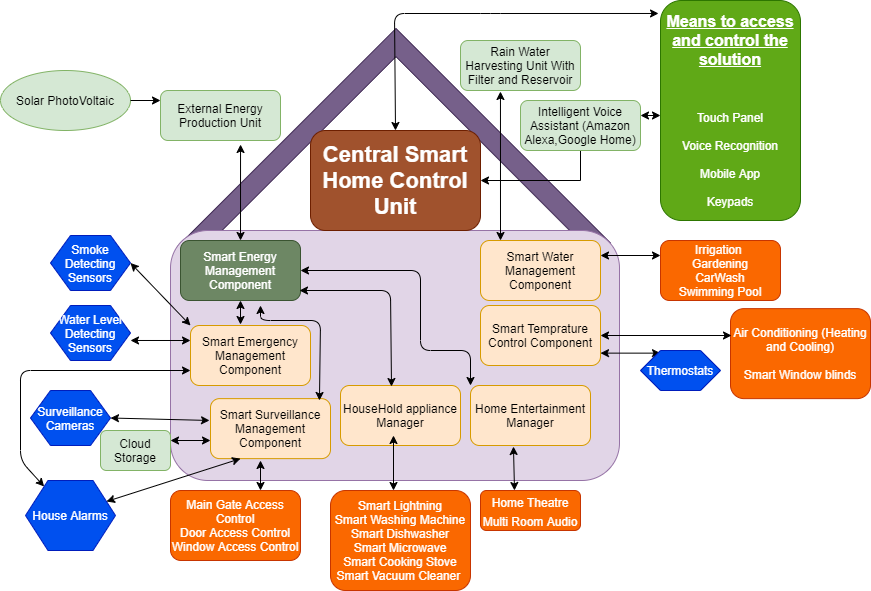
The draw.io diagram Architecture/Block Diagram.png in sakibshuvo/SOEN-6481-SRS, before a commit. Source tidied: cells renumbered, new cells last; positions are measured from the earlier drawing's top-left corner, leaving out a move shared by most shapes.
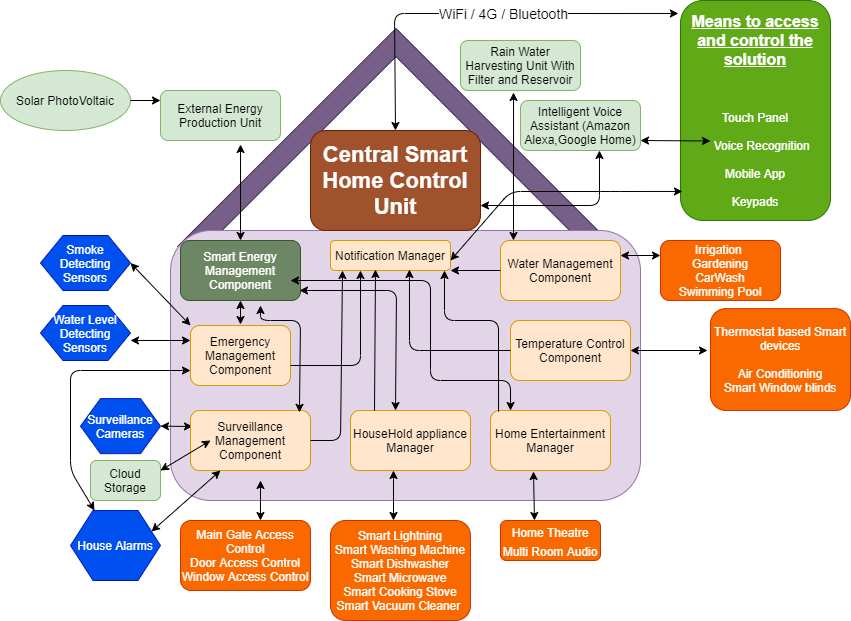
The same file after the commit.

Commit message:
Updated Architecture Diagram and incorporated review comments for Vision Document.

Change to the diagram source:
```diff
@@ -6,16 +6,16 @@
       <mxGeometry x="242" y="90" width="303.4" height="308.1" as="geometry" />
     </mxCell>
     <mxCell id="3" style="rounded=1;whiteSpace=wrap;html=1;fillColor=#e1d5e7;strokeColor=#9673a6;" parent="1" vertex="1">
-      <mxGeometry x="170" y="230" width="449" height="250" as="geometry" />
+      <mxGeometry x="170" y="230" width="470" height="270" as="geometry" />
     </mxCell>
     <mxCell id="4" value="Home Entertainment Manager" style="rounded=1;whiteSpace=wrap;html=1;fillColor=#ffe6cc;strokeColor=#d79b00;" parent="1" vertex="1">
-      <mxGeometry x="470" y="385" width="120" height="60" as="geometry" />
+      <mxGeometry x="490" y="410" width="120" height="60" as="geometry" />
     </mxCell>
     <mxCell id="5" value="Smart Energy Management Component" style="rounded=1;whiteSpace=wrap;html=1;fillColor=#6d8764;strokeColor=#3A5431;fontColor=#ffffff;" parent="1" vertex="1">
       <mxGeometry x="180" y="240" width="120" height="60" as="geometry" />
     </mxCell>
     <mxCell id="6" value="HouseHold appliance Manager" style="rounded=1;whiteSpace=wrap;html=1;fillColor=#ffe6cc;strokeColor=#d79b00;" parent="1" vertex="1">
-      <mxGeometry x="340" y="385" width="120" height="60" as="geometry" />
+      <mxGeometry x="350" y="410" width="120" height="60" as="geometry" />
     </mxCell>
     <mxCell id="7" value="External Energy Production Unit" style="rounded=1;whiteSpace=wrap;html=1;fillColor=#d5e8d4;strokeColor=#82b366;" parent="1" vertex="1">
       <mxGeometry x="160" y="90" width="120" height="50" as="geometry" />
@@ -24,7 +24,7 @@
       <mxGeometry y="70" width="130" height="60" as="geometry" />
     </mxCell>
     <mxCell id="9" value="Cloud Storage" style="rounded=1;whiteSpace=wrap;html=1;fillColor=#d5e8d4;strokeColor=#82b366;" parent="1" vertex="1">
-      <mxGeometry x="100" y="430" width="70" height="40" as="geometry" />
+      <mxGeometry x="90" y="460" width="70" height="40" as="geometry" />
     </mxCell>
     <mxCell id="10" value="Rain Water Harvesting Unit With Filter and Reservoir" style="rounded=1;whiteSpace=wrap;html=1;fillColor=#d5e8d4;strokeColor=#82b366;" parent="1" vertex="1">
       <mxGeometry x="460" y="40" width="120" height="50" as="geometry" />
@@ -38,20 +38,22 @@
     <mxCell id="13" style="endArrow=classic;startArrow=classic;html=1;entryX=1;entryY=0.5;entryDx=0;entryDy=0;exitX=0;exitY=0;exitDx=0;exitDy=0;" parent="1" edge="1" source="43" target="16">
       <mxGeometry relative="1" as="geometry" />
     </mxCell>
-    <mxCell id="14" style="endArrow=classic;startArrow=classic;html=1;entryX=1;entryY=0.5;entryDx=0;entryDy=0;exitX=-0.008;exitY=0.364;exitDx=0;exitDy=0;exitPerimeter=0;" parent="1" edge="1" source="42" target="15">
-      <mxGeometry relative="1" as="geometry" />
+    <mxCell id="14" style="endArrow=classic;startArrow=classic;html=1;entryX=1;entryY=0.5;entryDx=0;entryDy=0;" parent="1" edge="1" target="15">
+      <mxGeometry relative="1" as="geometry">
+        <mxPoint x="192" y="426" as="sourcePoint" />
+      </mxGeometry>
     </mxCell>
     <mxCell id="15" value="Surveillance Cameras" style="shape=hexagon;perimeter=hexagonPerimeter2;whiteSpace=wrap;html=1;fillColor=#0050ef;strokeColor=#001DBC;fontColor=#ffffff;" parent="1" vertex="1">
-      <mxGeometry x="30" y="390" width="80" height="55" as="geometry" />
+      <mxGeometry x="80" y="398.1" width="80" height="55" as="geometry" />
     </mxCell>
     <mxCell id="16" value="Smoke Detecting Sensors" style="shape=hexagon;perimeter=hexagonPerimeter2;whiteSpace=wrap;html=1;fillColor=#0050ef;strokeColor=#001DBC;fontColor=#ffffff;" parent="1" vertex="1">
-      <mxGeometry x="50" y="235" width="80" height="55" as="geometry" />
+      <mxGeometry x="40" y="235" width="90" height="55" as="geometry" />
     </mxCell>
     <mxCell id="17" value="Water Level Detecting Sensors" style="shape=hexagon;perimeter=hexagonPerimeter2;whiteSpace=wrap;html=1;fillColor=#0050ef;strokeColor=#001DBC;fontColor=#ffffff;" parent="1" vertex="1">
-      <mxGeometry x="50" y="305" width="80" height="55" as="geometry" />
+      <mxGeometry x="40" y="305" width="90" height="55" as="geometry" />
     </mxCell>
-    <mxCell id="18" value="&lt;u&gt;&lt;b&gt;&lt;font style=&quot;font-size: 16px&quot;&gt;Means to access and control the solution&lt;/font&gt;&lt;/b&gt;&lt;/u&gt;&lt;br&gt;&lt;br&gt;&lt;br&gt;&lt;br&gt;Touch Panel&lt;br&gt;&lt;br&gt;Voice Recognition&lt;br&gt;&lt;br&gt;Mobile App&lt;br&gt;&lt;br&gt;Keypads" style="rounded=1;whiteSpace=wrap;html=1;fillColor=#60a917;strokeColor=#2D7600;fontColor=#ffffff;" parent="1" vertex="1">
-      <mxGeometry x="660" width="140" height="220" as="geometry" />
+    <mxCell id="18" value="&lt;u&gt;&lt;b&gt;&lt;font style=&quot;font-size: 16px&quot;&gt;Means to access and control the solution&lt;/font&gt;&lt;/b&gt;&lt;/u&gt;&lt;br&gt;&lt;br&gt;&lt;br&gt;&lt;br&gt;Touch Panel&lt;br&gt;&lt;br&gt;&amp;nbsp; &amp;nbsp; Voice Recognition&lt;br&gt;&lt;br&gt;Mobile App&lt;br&gt;&lt;br&gt;Keypads" style="rounded=1;whiteSpace=wrap;html=1;fillColor=#60a917;strokeColor=#2D7600;fontColor=#ffffff;" parent="1" vertex="1">
+      <mxGeometry x="680" width="150" height="220" as="geometry" />
     </mxCell>
     <mxCell id="19" style="endArrow=classic;startArrow=classic;html=1;entryX=-0.014;entryY=0.059;entryDx=0;entryDy=0;entryPerimeter=0;exitX=0.5;exitY=0;exitDx=0;exitDy=0;" parent="1" edge="1" source="20" target="18">
       <mxGeometry relative="1" as="geometry">
@@ -61,6 +63,9 @@
         </Array>
       </mxGeometry>
     </mxCell>
+    <mxCell id="50" value="&lt;font style=&quot;font-size: 14px&quot;&gt;WiFi / 4G / &lt;font&gt;Bluetooth&lt;/font&gt;&lt;/font&gt;" style="edgeLabel;html=1;align=center;verticalAlign=middle;" parent="19" vertex="1">
+      <mxGeometry x="0.13" relative="1" as="geometry" />
+    </mxCell>
     <mxCell id="20" value="&lt;b&gt;&lt;font style=&quot;font-size: 22px&quot;&gt;Central Smart Home Control Unit&lt;/font&gt;&lt;/b&gt;" style="rounded=1;whiteSpace=wrap;html=1;fillColor=#a0522d;strokeColor=#6D1F00;fontColor=#ffffff;" parent="1" vertex="1">
       <mxGeometry x="310" y="130" width="170" height="100" as="geometry" />
     </mxCell>
@@ -70,15 +75,15 @@
         <mxPoint x="160" y="100" as="targetPoint" />
       </mxGeometry>
     </mxCell>
-    <mxCell id="22" value="Smart Water Management Component" style="rounded=1;whiteSpace=wrap;html=1;fillColor=#ffe6cc;strokeColor=#d79b00;" parent="1" vertex="1">
-      <mxGeometry x="480" y="240" width="120" height="60" as="geometry" />
+    <mxCell id="22" value="Water Management Component" style="rounded=1;whiteSpace=wrap;html=1;fillColor=#ffe6cc;strokeColor=#d79b00;" parent="1" vertex="1">
+      <mxGeometry x="500" y="240" width="120" height="60" as="geometry" />
     </mxCell>
     <mxCell id="23" value="Irrigation &lt;br&gt;Gardening&lt;br&gt;CarWash&lt;br&gt;Swimming Pool" style="rounded=1;whiteSpace=wrap;html=1;fillColor=#fa6800;strokeColor=#C73500;fontColor=#ffffff;" parent="1" vertex="1">
       <mxGeometry x="660" y="240" width="120" height="60" as="geometry" />
     </mxCell>
-    <mxCell id="24" style="endArrow=classic;startArrow=classic;html=1;entryX=0.333;entryY=1.02;entryDx=0;entryDy=0;entryPerimeter=0;" parent="1" edge="1" target="10">
+    <mxCell id="24" style="endArrow=classic;startArrow=classic;html=1;entryX=0.442;entryY=1.04;entryDx=0;entryDy=0;entryPerimeter=0;" parent="1" edge="1" target="10">
       <mxGeometry relative="1" as="geometry">
-        <mxPoint x="500" y="240" as="sourcePoint" />
+        <mxPoint x="513" y="240" as="sourcePoint" />
       </mxGeometry>
     </mxCell>
     <mxCell id="25" style="endArrow=classic;startArrow=classic;html=1;exitX=0;exitY=0.25;exitDx=0;exitDy=0;entryX=1;entryY=0.25;entryDx=0;entryDy=0;" parent="1" edge="1" source="23" target="22">
@@ -90,86 +95,66 @@
         <mxPoint x="240" y="300" as="targetPoint" />
       </mxGeometry>
     </mxCell>
-    <mxCell id="27" style="endArrow=classic;startArrow=classic;html=1;entryX=1;entryY=0.5;entryDx=0;entryDy=0;exitX=0;exitY=0;exitDx=0;exitDy=0;" parent="1" edge="1" source="4" target="5">
+    <mxCell id="27" style="endArrow=classic;startArrow=classic;html=1;exitX=0.167;exitY=0;exitDx=0;exitDy=0;exitPerimeter=0;" parent="1" edge="1" source="4">
       <mxGeometry relative="1" as="geometry">
+        <mxPoint x="290" y="280" as="targetPoint" />
         <Array as="points">
-          <mxPoint x="470" y="350" />
-          <mxPoint x="420" y="350" />
-          <mxPoint x="420" y="270" />
+          <mxPoint x="510" y="380" />
+          <mxPoint x="430" y="380" />
+          <mxPoint x="430" y="280" />
         </Array>
       </mxGeometry>
     </mxCell>
-    <mxCell id="28" style="endArrow=classic;startArrow=classic;html=1;exitX=0.425;exitY=0.017;exitDx=0;exitDy=0;exitPerimeter=0;" parent="1" edge="1" source="6">
+    <mxCell id="28" style="endArrow=classic;startArrow=classic;html=1;exitX=0.375;exitY=0;exitDx=0;exitDy=0;exitPerimeter=0;" parent="1" edge="1" source="6">
       <mxGeometry relative="1" as="geometry">
         <mxPoint x="299" y="290" as="targetPoint" />
         <Array as="points">
-          <mxPoint x="390" y="290" />
+          <mxPoint x="396" y="290" />
         </Array>
       </mxGeometry>
     </mxCell>
     <mxCell id="29" value="House Alarms" style="shape=hexagon;perimeter=hexagonPerimeter2;whiteSpace=wrap;html=1;fillColor=#0050ef;strokeColor=#001DBC;fontColor=#ffffff;" parent="1" vertex="1">
-      <mxGeometry x="25" y="480" width="90" height="70" as="geometry" />
+      <mxGeometry x="70" y="510" width="90" height="70" as="geometry" />
     </mxCell>
     <mxCell id="30" value="&lt;font style=&quot;font-size: 12px&quot;&gt;Smart Lightning&lt;br&gt;Smart Washing Machine&lt;br&gt;Smart Dishwasher&lt;br&gt;Smart Microwave&lt;br&gt;Smart Cooking Stove&lt;br&gt;Smart Vacuum Cleaner&amp;nbsp;&lt;br&gt;&lt;/font&gt;" style="rounded=1;whiteSpace=wrap;html=1;fillColor=#fa6800;strokeColor=#C73500;fontColor=#ffffff;" parent="1" vertex="1">
-      <mxGeometry x="330" y="490" width="140" height="100" as="geometry" />
+      <mxGeometry x="330" y="520" width="140" height="100" as="geometry" />
     </mxCell>
     <mxCell id="31" value="&lt;span style=&quot;font-size: 16px&quot;&gt;&lt;span style=&quot;font-size: 12px&quot;&gt;Home Theatre&lt;br&gt;Multi Room Audio&lt;br&gt;&lt;/span&gt;&lt;/span&gt;" style="rounded=1;whiteSpace=wrap;html=1;fillColor=#fa6800;strokeColor=#C73500;fontColor=#ffffff;" parent="1" vertex="1">
-      <mxGeometry x="480" y="490" width="100" height="40" as="geometry" />
+      <mxGeometry x="500" y="520" width="100" height="40" as="geometry" />
     </mxCell>
-    <mxCell id="32" value="Smart Temprature Control Component" style="rounded=1;whiteSpace=wrap;html=1;fillColor=#ffe6cc;strokeColor=#d79b00;" parent="1" vertex="1">
-      <mxGeometry x="480" y="305" width="120" height="60" as="geometry" />
+    <mxCell id="32" value="Temperature Control Component" style="rounded=1;whiteSpace=wrap;html=1;fillColor=#ffe6cc;strokeColor=#d79b00;" parent="1" vertex="1">
+      <mxGeometry x="510" y="320" width="120" height="60" as="geometry" />
     </mxCell>
-    <mxCell id="33" value="&lt;font style=&quot;font-size: 12px&quot;&gt;Air Conditioning (Heating and Cooling)&lt;br&gt;&lt;br&gt;Smart Window blinds&lt;br&gt;&lt;/font&gt;" style="rounded=1;whiteSpace=wrap;html=1;fillColor=#fa6800;strokeColor=#C73500;fontColor=#ffffff;" parent="1" vertex="1">
-      <mxGeometry x="730" y="308.1" width="140" height="90" as="geometry" />
+    <mxCell id="33" value="&lt;font style=&quot;font-size: 12px&quot;&gt;Thermostat based Smart devices&lt;br&gt;&lt;br&gt;Air Conditioning&lt;br&gt;Smart Window blinds&lt;br&gt;&lt;/font&gt;" style="rounded=1;whiteSpace=wrap;html=1;fillColor=#fa6800;strokeColor=#C73500;fontColor=#ffffff;" parent="1" vertex="1">
+      <mxGeometry x="710" y="308.1" width="140" height="101.9" as="geometry" />
     </mxCell>
-    <mxCell id="34" style="endArrow=classic;startArrow=classic;html=1;entryX=1;entryY=0.25;entryDx=0;entryDy=0;exitX=0.25;exitY=0.066;exitDx=0;exitDy=0;exitPerimeter=0;" parent="1" edge="1" source="39">
-      <mxGeometry relative="1" as="geometry">
-        <mxPoint x="600" y="352.6" as="targetPoint" />
-      </mxGeometry>
-    </mxCell>
-    <mxCell id="35" style="edgeStyle=orthogonalEdgeStyle;rounded=0;jettySize=auto;html=1;entryX=1;entryY=0.5;entryDx=0;entryDy=0;" parent="1" edge="1" source="36" target="20">
-      <mxGeometry relative="1" as="geometry">
-        <Array as="points">
-          <mxPoint x="580" y="180" />
-        </Array>
-      </mxGeometry>
-    </mxCell>
     <mxCell id="36" value="Intelligent Voice Assistant (Amazon Alexa,Google Home)" style="rounded=1;whiteSpace=wrap;html=1;fillColor=#d5e8d4;strokeColor=#82b366;" parent="1" vertex="1">
       <mxGeometry x="520" y="100" width="120" height="50" as="geometry" />
     </mxCell>
-    <mxCell id="37" style="endArrow=classic;startArrow=classic;html=1;" parent="1" edge="1">
-      <mxGeometry relative="1" as="geometry">
-        <mxPoint x="660" y="115" as="sourcePoint" />
-        <mxPoint x="640" y="115" as="targetPoint" />
-      </mxGeometry>
-    </mxCell>
     <mxCell id="38" style="endArrow=classic;startArrow=classic;html=1;entryX=0.358;entryY=1.017;entryDx=0;entryDy=0;exitX=0.34;exitY=0;exitDx=0;exitDy=0;entryPerimeter=0;exitPerimeter=0;" parent="1" edge="1" source="31" target="4">
       <mxGeometry relative="1" as="geometry" />
     </mxCell>
-    <mxCell id="39" value="Thermostats" style="shape=hexagon;perimeter=hexagonPerimeter2;whiteSpace=wrap;html=1;fillColor=#0050ef;strokeColor=#001DBC;fontColor=#ffffff;" parent="1" vertex="1">
-      <mxGeometry x="640" y="350" width="80" height="40" as="geometry" />
-    </mxCell>
     <mxCell id="40" style="endArrow=classic;startArrow=classic;html=1;entryX=1;entryY=0.5;entryDx=0;entryDy=0;" parent="1" edge="1" target="32">
       <mxGeometry relative="1" as="geometry">
-        <mxPoint x="731" y="335" as="sourcePoint" />
+        <mxPoint x="707" y="350" as="sourcePoint" />
       </mxGeometry>
     </mxCell>
-    <mxCell id="41" style="endArrow=classic;startArrow=classic;html=1;entryX=0.367;entryY=1.083;entryDx=0;entryDy=0;exitX=0.45;exitY=0;exitDx=0;exitDy=0;entryPerimeter=0;exitPerimeter=0;" parent="1" edge="1" source="30">
+    <mxCell id="41" style="endArrow=classic;startArrow=classic;html=1;exitX=0.45;exitY=0;exitDx=0;exitDy=0;exitPerimeter=0;" parent="1" edge="1" source="30">
       <mxGeometry relative="1" as="geometry">
-        <mxPoint x="393" y="435" as="targetPoint" />
+        <mxPoint x="393" y="470" as="targetPoint" />
       </mxGeometry>
     </mxCell>
-    <mxCell id="42" value="Smart Surveillance Management&lt;br&gt;Component" style="rounded=1;whiteSpace=wrap;html=1;fillColor=#ffe6cc;strokeColor=#d79b00;" parent="1" vertex="1">
-      <mxGeometry x="210" y="398.1" width="120" height="60" as="geometry" />
+    <mxCell id="42" value="Surveillance Management&lt;br&gt;Component" style="rounded=1;whiteSpace=wrap;html=1;fillColor=#ffe6cc;strokeColor=#d79b00;" parent="1" vertex="1">
+      <mxGeometry x="190" y="410" width="120" height="60" as="geometry" />
     </mxCell>
-    <mxCell id="43" value="Smart Emergency Management Component" style="rounded=1;whiteSpace=wrap;html=1;fillColor=#ffe6cc;strokeColor=#d79b00;" parent="1" vertex="1">
-      <mxGeometry x="190" y="325" width="120" height="60" as="geometry" />
+    <mxCell id="43" value="Emergency Management Component" style="rounded=1;whiteSpace=wrap;html=1;fillColor=#ffe6cc;strokeColor=#d79b00;" parent="1" vertex="1">
+      <mxGeometry x="190" y="325" width="100" height="60" as="geometry" />
     </mxCell>
     <mxCell id="44" style="endArrow=classic;startArrow=classic;html=1;exitX=0.908;exitY=0.031;exitDx=0;exitDy=0;exitPerimeter=0;" parent="1" edge="1" source="42">
       <mxGeometry relative="1" as="geometry">
         <mxPoint x="260" y="305" as="targetPoint" />
         <Array as="points">
-          <mxPoint x="320" y="320" />
+          <mxPoint x="300" y="320" />
           <mxPoint x="260" y="320" />
         </Array>
       </mxGeometry>
@@ -180,12 +165,11 @@
       </mxGeometry>
     </mxCell>
     <mxCell id="46" value="&lt;font style=&quot;font-size: 12px&quot;&gt;Main Gate Access Control&lt;br&gt;Door Access Control&lt;br&gt;Window Access Control&lt;br&gt;&lt;/font&gt;" style="rounded=1;whiteSpace=wrap;html=1;fillColor=#fa6800;strokeColor=#C73500;fontColor=#ffffff;" parent="1" vertex="1">
-      <mxGeometry x="170" y="490" width="130" height="70" as="geometry" />
+      <mxGeometry x="180" y="520" width="130" height="70" as="geometry" />
     </mxCell>
-    <mxCell id="47" style="endArrow=classic;startArrow=classic;html=1;" parent="1" edge="1">
+    <mxCell id="47" style="endArrow=classic;startArrow=classic;html=1;exitX=0.615;exitY=0;exitDx=0;exitDy=0;exitPerimeter=0;" parent="1" edge="1" source="46">
       <mxGeometry relative="1" as="geometry">
-        <mxPoint x="260" y="490" as="sourcePoint" />
-        <mxPoint x="260" y="460" as="targetPoint" />
+        <mxPoint x="260" y="480" as="targetPoint" />
       </mxGeometry>
     </mxCell>
     <mxCell id="48" style="endArrow=classic;startArrow=classic;html=1;exitX=0.25;exitY=1;exitDx=0;exitDy=0;entryX=1;entryY=0.25;entryDx=0;entryDy=0;" parent="1" edge="1" source="42" target="29">
@@ -194,10 +178,74 @@
     <mxCell id="49" style="endArrow=classic;startArrow=classic;html=1;exitX=0;exitY=0.75;exitDx=0;exitDy=0;" parent="1" edge="1" source="43" target="29">
       <mxGeometry relative="1" as="geometry">
         <Array as="points">
-          <mxPoint x="20" y="370" />
-          <mxPoint x="20" y="460" />
+          <mxPoint x="70" y="370" />
+          <mxPoint x="70" y="470" />
         </Array>
       </mxGeometry>
     </mxCell>
+    <mxCell id="51" value="Notification Manager" style="rounded=1;whiteSpace=wrap;html=1;fillColor=#ffe6cc;strokeColor=#d79b00;" parent="1" vertex="1">
+      <mxGeometry x="330" y="240" width="120" height="30" as="geometry" />
+    </mxCell>
+    <mxCell id="52" style="endArrow=classic;startArrow=classic;html=1;" parent="1" edge="1">
+      <mxGeometry relative="1" as="geometry">
+        <mxPoint x="640" y="140" as="sourcePoint" />
+        <mxPoint x="710" y="140.5" as="targetPoint" />
+      </mxGeometry>
+    </mxCell>
+    <mxCell id="53" style="endArrow=classic;html=1;entryX=0.25;entryY=1;entryDx=0;entryDy=0;" parent="1" edge="1" target="51">
+      <mxGeometry relative="1" as="geometry">
+        <mxPoint x="290" y="365" as="sourcePoint" />
+        <Array as="points">
+          <mxPoint x="360" y="365" />
+        </Array>
+      </mxGeometry>
+    </mxCell>
+    <mxCell id="54" style="endArrow=classic;html=1;entryX=0.375;entryY=0.967;entryDx=0;entryDy=0;entryPerimeter=0;exitX=0.2;exitY=0;exitDx=0;exitDy=0;exitPerimeter=0;" parent="1" edge="1" source="6" target="51">
+      <mxGeometry relative="1" as="geometry" />
+    </mxCell>
+    <mxCell id="55" style="endArrow=classic;html=1;exitX=0;exitY=0.5;exitDx=0;exitDy=0;entryX=0.658;entryY=0.967;entryDx=0;entryDy=0;entryPerimeter=0;" parent="1" edge="1" source="32" target="51">
+      <mxGeometry relative="1" as="geometry">
+        <Array as="points">
+          <mxPoint x="409" y="350" />
+        </Array>
+      </mxGeometry>
+    </mxCell>
+    <mxCell id="56" style="endArrow=classic;html=1;entryX=1;entryY=1;entryDx=0;entryDy=0;exitX=0;exitY=0.5;exitDx=0;exitDy=0;" parent="1" edge="1" source="22" target="51">
+      <mxGeometry relative="1" as="geometry" />
+    </mxCell>
+    <mxCell id="57" style="endArrow=classic;html=1;entryX=0.1;entryY=1;entryDx=0;entryDy=0;entryPerimeter=0;" parent="1" edge="1" target="51">
+      <mxGeometry relative="1" as="geometry">
+        <mxPoint x="310" y="440" as="sourcePoint" />
+        <Array as="points">
+          <mxPoint x="340" y="440" />
+        </Array>
+      </mxGeometry>
+    </mxCell>
+    <mxCell id="58" style="endArrow=classic;html=1;exitX=0.067;exitY=0.017;exitDx=0;exitDy=0;exitPerimeter=0;" parent="1" edge="1" source="4">
+      <mxGeometry relative="1" as="geometry">
+        <mxPoint x="444" y="270" as="targetPoint" />
+        <Array as="points">
+          <mxPoint x="498" y="320" />
+          <mxPoint x="444" y="320" />
+        </Array>
+      </mxGeometry>
+    </mxCell>
+    <mxCell id="59" style="endArrow=classic;startArrow=classic;html=1;entryX=0.658;entryY=1;entryDx=0;entryDy=0;entryPerimeter=0;" parent="1" edge="1" target="36">
+      <mxGeometry relative="1" as="geometry">
+        <mxPoint x="480" y="205" as="sourcePoint" />
+        <Array as="points">
+          <mxPoint x="599" y="205" />
+        </Array>
+      </mxGeometry>
+    </mxCell>
+    <mxCell id="60" style="endArrow=classic;startArrow=classic;html=1;entryX=0.013;entryY=0.868;entryDx=0;entryDy=0;entryPerimeter=0;" parent="1" edge="1" target="18">
+      <mxGeometry relative="1" as="geometry">
+        <mxPoint x="450" y="260" as="sourcePoint" />
+        <Array as="points">
+          <mxPoint x="510" y="191" />
+          <mxPoint x="610" y="191" />
+        </Array>
+      </mxGeometry>
+    </mxCell>
   </root>
 </mxGraphModel>
```
